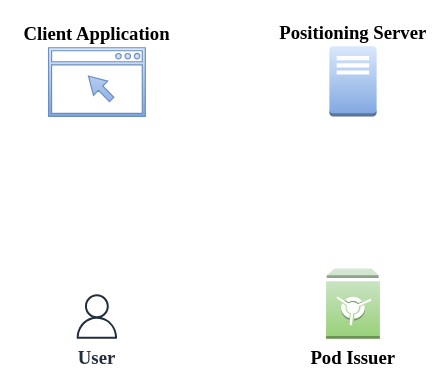
Above: page "Page-3" (2 of 5) of docs/media/images/solid.drawio in OpenHPS/openhps-solid (draw.io), before the change. Source tidied: cells renumbered, new cells numbered last; positions are measured from the earlier drawing's top-left corner, leaving out a move shared by most shapes. Both pictures are drawn from the tidied source at 117%, with x=0, y=0 at pixel (48, 46).
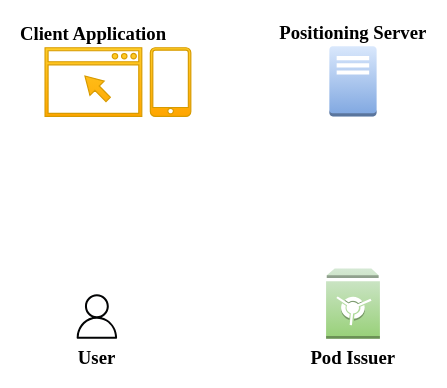
The same page after the edit.

Change to the diagram source:
```diff
@@
 <mxGraphModel>
   <root>
     <mxCell id="0" />
     <mxCell id="1" parent="0" />
     <mxCell id="2" value="&lt;b&gt;Positioning Server&lt;br&gt;&lt;/b&gt;" style="dashed=0;verticalLabelPosition=top;verticalAlign=bottom;align=center;html=1;shape=mxgraph.aws3.traditional_server;fillColor=#dae8fc;gradientColor=#7ea6e0;fontFamily=Garamond;fontSize=16;strokeColor=#6c8ebf;labelPosition=center;" parent="1" vertex="1">
       <mxGeometry x="240" width="40.4" height="60" as="geometry" />
     </mxCell>
-    <mxCell id="3" value="&lt;font style=&quot;font-size: 16px&quot;&gt;&lt;b&gt;Client Application&lt;/b&gt;&lt;/font&gt;" style="sketch=0;shadow=0;dashed=0;html=1;strokeColor=#6c8ebf;fillColor=#dae8fc;labelPosition=center;verticalLabelPosition=top;verticalAlign=bottom;align=center;shape=mxgraph.vvd.web_browser;gradientColor=#7ea6e0;fontFamily=Garamond;" parent="1" vertex="1">
-      <mxGeometry y="1.3" width="82.7" height="58.7" as="geometry" />
-    </mxCell>
-    <mxCell id="4" value="&lt;b&gt;&lt;font style=&quot;font-size: 16px&quot;&gt;User&lt;/font&gt;&lt;/b&gt;" style="sketch=0;fontColor=#232F3E;gradientColor=none;fillColor=#232F3E;strokeColor=none;dashed=0;verticalLabelPosition=bottom;verticalAlign=top;align=center;html=1;fontSize=12;fontStyle=0;shape=mxgraph.aws4.user;fontFamily=Garamond;" parent="1" vertex="1">
+    <mxCell id="4" value="&lt;b&gt;&lt;font style=&quot;font-size: 16px&quot;&gt;User&lt;/font&gt;&lt;/b&gt;" style="sketch=0;fontColor=#000000;gradientColor=none;fillColor=#030405;strokeColor=none;dashed=0;verticalLabelPosition=bottom;verticalAlign=top;align=center;html=1;fontSize=12;fontStyle=0;shape=mxgraph.aws4.user;fontFamily=Garamond;" parent="1" vertex="1">
       <mxGeometry x="22.3" y="212" width="38" height="38" as="geometry" />
     </mxCell>
     <mxCell id="5" value="&lt;font face=&quot;Garamond&quot; size=&quot;1&quot;&gt;&lt;b style=&quot;font-size: 16px&quot;&gt;Pod Issuer&lt;/b&gt;&lt;/font&gt;" style="dashed=0;verticalLabelPosition=bottom;verticalAlign=top;align=center;html=1;shape=mxgraph.aws3.vault;fillColor=#d5e8d4;strokeColor=#82b366;gradientColor=#97d077;" parent="1" vertex="1">
       <mxGeometry x="237.2" y="190" width="46" height="60" as="geometry" />
     </mxCell>
+    <mxCell id="6" style="group;" parent="1" vertex="1">
+      <mxGeometry x="-3" y="1.3" width="124.6" height="58.7" as="geometry" />
+    </mxCell>
+    <mxCell id="3" value="&lt;font style=&quot;font-size: 16px&quot;&gt;&lt;b&gt;Client Application&lt;/b&gt;&lt;/font&gt;" style="sketch=0;shadow=0;dashed=0;html=1;strokeColor=#d79b00;fillColor=#ffcd28;labelPosition=center;verticalLabelPosition=top;verticalAlign=bottom;align=center;shape=mxgraph.vvd.web_browser;gradientColor=#ffa500;fontFamily=Garamond;" parent="6" vertex="1">
+      <mxGeometry width="82.7" height="58.7" as="geometry" />
+    </mxCell>
+    <mxCell id="7" style="sketch=0;shadow=0;dashed=0;html=1;strokeColor=#d79b00;fillColor=#ffcd28;labelPosition=center;verticalLabelPosition=bottom;verticalAlign=top;align=center;shape=mxgraph.vvd.phone;gradientColor=#ffa500;" parent="6" vertex="1">
+      <mxGeometry x="90" width="34.6" height="58.7" as="geometry" />
+    </mxCell>
   </root>
 </mxGraphModel>
```
